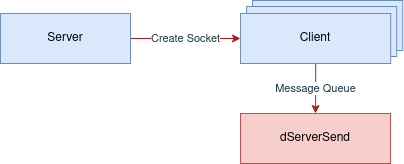
The draw.io diagram report/images/09sw_specification/RS/overview.png in ESRGgroup9/slipad, before a commit. Source tidied: cells renumbered, new cells last; positions are measured from the earlier drawing's top-left corner, leaving out a move shared by most shapes.
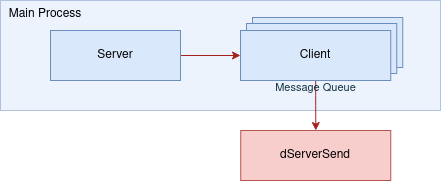
The same file after the commit.

The edit, as a diff of the source:
```diff
@@ -2,23 +2,26 @@
   <root>
     <mxCell id="0" />
     <mxCell id="1" parent="0" />
+    <mxCell id="9" value="&amp;nbsp; Main Process" style="rounded=0;whiteSpace=wrap;html=1;sketch=0;strokeColor=#6c8ebf;fillColor=#dae8fc;opacity=50;verticalAlign=top;align=left;" parent="1" vertex="1">
+      <mxGeometry y="-17" width="440" height="110" as="geometry" />
+    </mxCell>
     <mxCell id="2" value="Client" style="rounded=0;whiteSpace=wrap;html=1;sketch=0;strokeColor=#6c8ebf;fillColor=#dae8fc;" parent="1" vertex="1">
       <mxGeometry x="252" width="150.2" height="50" as="geometry" />
     </mxCell>
     <mxCell id="3" value="Client" style="rounded=0;whiteSpace=wrap;html=1;sketch=0;strokeColor=#6c8ebf;fillColor=#dae8fc;" parent="1" vertex="1">
       <mxGeometry x="246" y="6" width="150.2" height="50" as="geometry" />
     </mxCell>
-    <mxCell id="4" value="Create Socket" style="edgeStyle=orthogonalEdgeStyle;curved=0;rounded=1;sketch=0;jettySize=auto;html=1;entryX=0;entryY=0.5;entryDx=0;entryDy=0;labelBackgroundColor=default;fontColor=#143642;strokeColor=#A8201A;fillColor=#FAE5C7;" parent="1" edge="1" source="5" target="8">
+    <mxCell id="4" style="edgeStyle=orthogonalEdgeStyle;curved=0;rounded=1;sketch=0;jettySize=auto;html=1;entryX=0;entryY=0.5;entryDx=0;entryDy=0;labelBackgroundColor=default;fontColor=#143642;strokeColor=#A8201A;fillColor=#FAE5C7;" parent="1" edge="1" source="5" target="8">
       <mxGeometry relative="1" as="geometry" />
     </mxCell>
     <mxCell id="5" value="Server" style="rounded=0;whiteSpace=wrap;html=1;sketch=0;strokeColor=#6c8ebf;fillColor=#dae8fc;" parent="1" vertex="1">
-      <mxGeometry y="13" width="130" height="50" as="geometry" />
+      <mxGeometry x="50" y="13" width="130" height="50" as="geometry" />
     </mxCell>
     <mxCell id="6" value="dServerSend" style="rounded=0;whiteSpace=wrap;html=1;sketch=0;strokeColor=#b85450;fillColor=#f8cecc;" parent="1" vertex="1">
-      <mxGeometry x="240" y="113" width="150" height="50" as="geometry" />
+      <mxGeometry x="240.2" y="113" width="150" height="50" as="geometry" />
     </mxCell>
-    <mxCell id="7" value="Message Queue" style="edgeStyle=orthogonalEdgeStyle;curved=0;rounded=1;sketch=0;jettySize=auto;html=1;fontColor=#143642;strokeColor=#A8201A;fillColor=#FAE5C7;" parent="1" edge="1" source="8" target="6">
-      <mxGeometry relative="1" as="geometry" />
+    <mxCell id="7" value="Message Queue" style="edgeStyle=orthogonalEdgeStyle;curved=0;rounded=1;sketch=0;jettySize=auto;html=1;fontColor=#143642;strokeColor=#A8201A;fillColor=#FAE5C7;labelBackgroundColor=none;" parent="1" edge="1" source="8" target="6">
+      <mxGeometry x="-0.71" relative="1" as="geometry" />
     </mxCell>
     <mxCell id="8" value="Client" style="rounded=0;whiteSpace=wrap;html=1;sketch=0;strokeColor=#6c8ebf;fillColor=#dae8fc;" parent="1" vertex="1">
       <mxGeometry x="240" y="13" width="150.2" height="50" as="geometry" />
```
